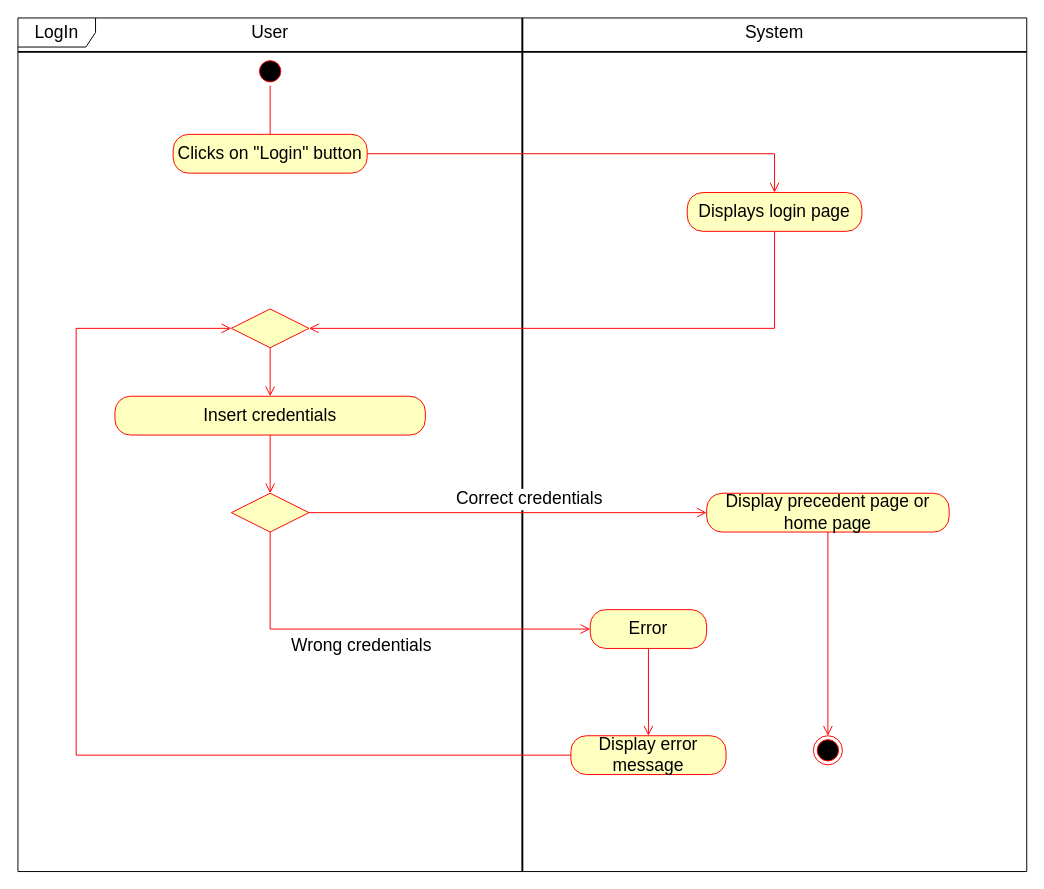
Earlier version of the draw.io diagram page "LogIn" (2 of 4) of Use cases diagram/User.drawio (matteovisotto/SE2-CecchettoSirianiVisotto). Source tidied: cells renumbered, new cells numbered last; positions are measured from the earlier drawing's top-left corner, leaving out a move shared by most shapes. Both pictures are drawn from the tidied source at 97%, with x=0, y=0 at pixel (17, 17).
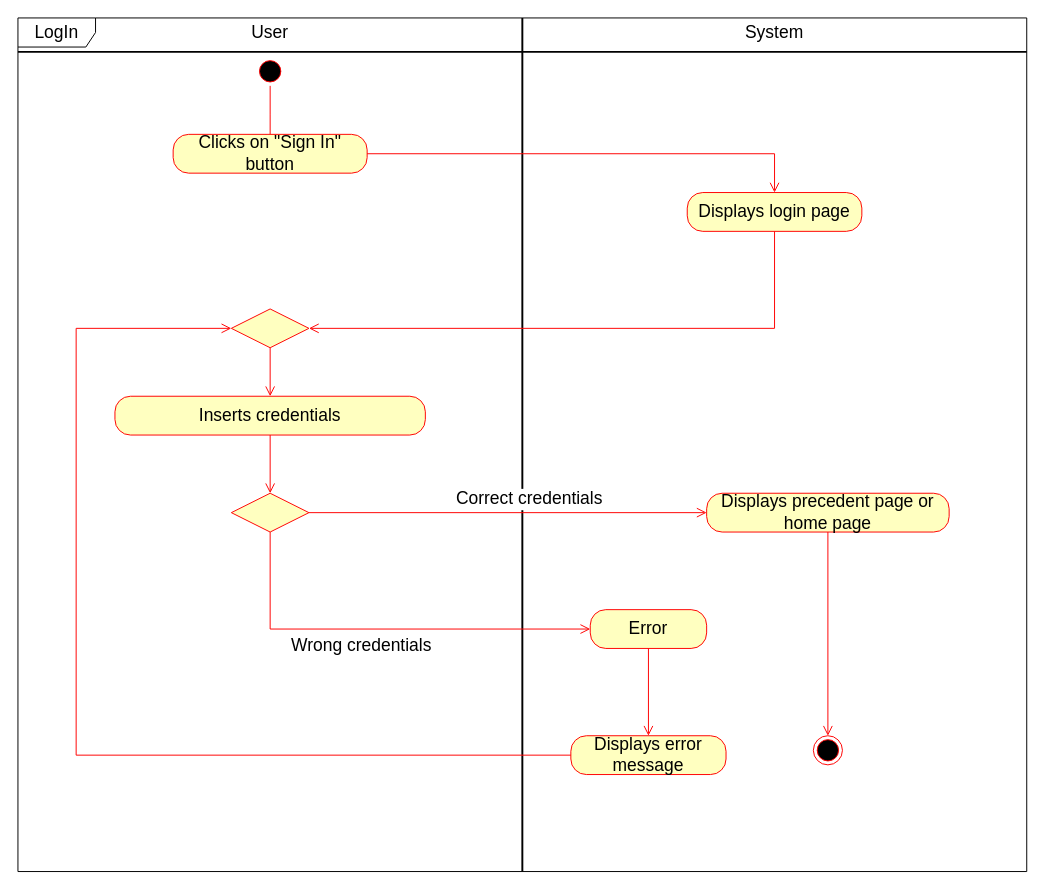
After the change.

The edit, as a diff of the source:
```diff
@@
-    <mxCell id="8" value="&lt;font style=&quot;font-size: 18px&quot;&gt;Insert credentials&lt;/font&gt;" style="rounded=1;whiteSpace=wrap;html=1;arcSize=40;fontColor=#000000;fillColor=#ffffc0;strokeColor=#ff0000;" parent="1" vertex="1">
+    <mxCell id="8" value="&lt;font style=&quot;font-size: 18px&quot;&gt;Inserts credentials&lt;/font&gt;" style="rounded=1;whiteSpace=wrap;html=1;arcSize=40;fontColor=#000000;fillColor=#ffffc0;strokeColor=#ff0000;" parent="1" vertex="1">
       <mxGeometry x="100" y="390" width="320" height="40" as="geometry" />
     </mxCell>
@@
-    <mxCell id="13" value="&lt;font style=&quot;font-size: 18px&quot;&gt;Display precedent page or home page&lt;/font&gt;" style="rounded=1;whiteSpace=wrap;html=1;arcSize=40;fontColor=#000000;fillColor=#ffffc0;strokeColor=#ff0000;" parent="1" vertex="1">
+    <mxCell id="13" value="&lt;font style=&quot;font-size: 18px&quot;&gt;Displays precedent page or home page&lt;/font&gt;" style="rounded=1;whiteSpace=wrap;html=1;arcSize=40;fontColor=#000000;fillColor=#ffffc0;strokeColor=#ff0000;" parent="1" vertex="1">
       <mxGeometry x="710" y="490" width="250" height="40" as="geometry" />
     </mxCell>
@@
-    <mxCell id="19" value="&lt;font style=&quot;font-size: 18px&quot;&gt;Display error message&lt;/font&gt;" style="rounded=1;whiteSpace=wrap;html=1;arcSize=40;fontColor=#000000;fillColor=#ffffc0;strokeColor=#ff0000;" parent="1" vertex="1">
+    <mxCell id="19" value="&lt;font style=&quot;font-size: 18px&quot;&gt;Displays error message&lt;/font&gt;" style="rounded=1;whiteSpace=wrap;html=1;arcSize=40;fontColor=#000000;fillColor=#ffffc0;strokeColor=#ff0000;" parent="1" vertex="1">
       <mxGeometry x="570" y="740" width="160" height="40" as="geometry" />
     </mxCell>
@@
-    <mxCell id="23" value="&lt;font style=&quot;font-size: 18px&quot;&gt;Clicks on &quot;Login&quot; button&lt;/font&gt;" style="rounded=1;whiteSpace=wrap;html=1;arcSize=40;fontColor=#000000;fillColor=#ffffc0;strokeColor=#ff0000;" parent="1" vertex="1">
+    <mxCell id="23" value="&lt;font style=&quot;font-size: 18px&quot;&gt;Clicks on &quot;Sign In&quot; button&lt;/font&gt;" style="rounded=1;whiteSpace=wrap;html=1;arcSize=40;fontColor=#000000;fillColor=#ffffc0;strokeColor=#ff0000;" parent="1" vertex="1">
       <mxGeometry x="160" y="120" width="200" height="40" as="geometry" />
     </mxCell>
```
